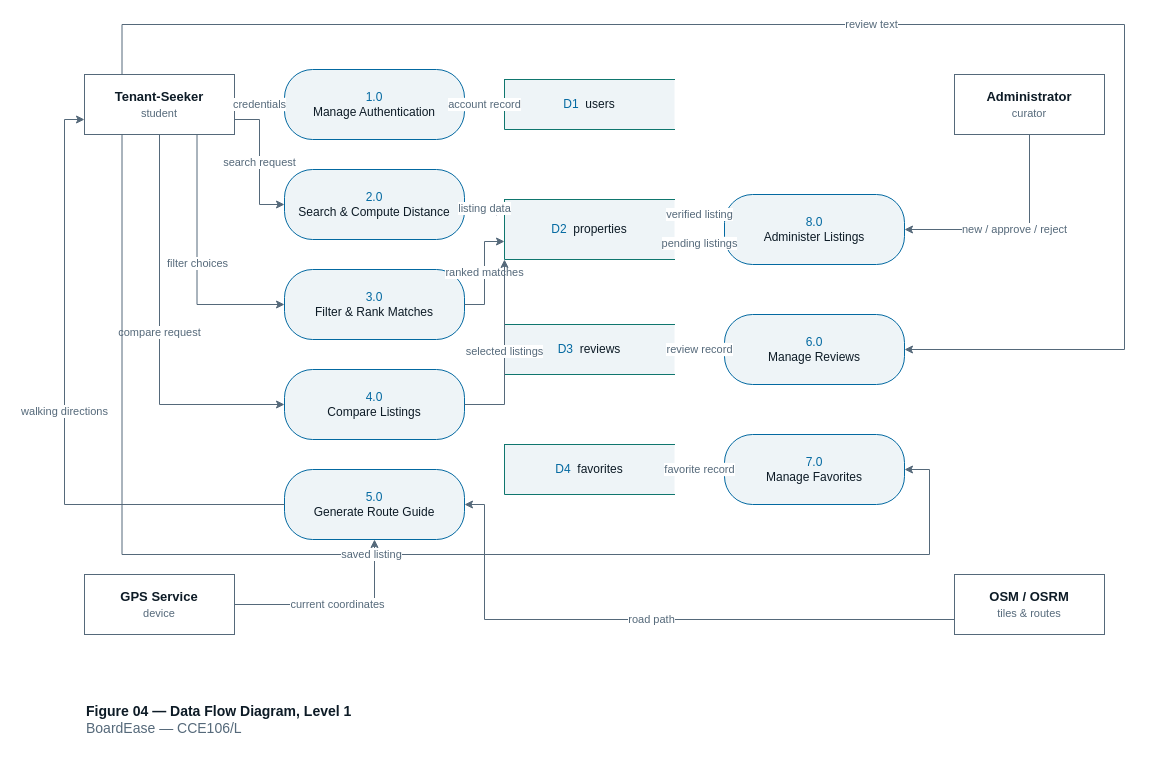
Before: docs/diagrams/04-data-flow-diagram-level1.drawio in jetroo1/BoardEase-Mobile, a draw.io diagram. Source tidied: cells renumbered, new cells numbered last; positions are measured from the earlier drawing's top-left corner, leaving out a move shared by most shapes. Both pictures are drawn from the tidied source at 100%, with x=0, y=0 at pixel (64, 24).
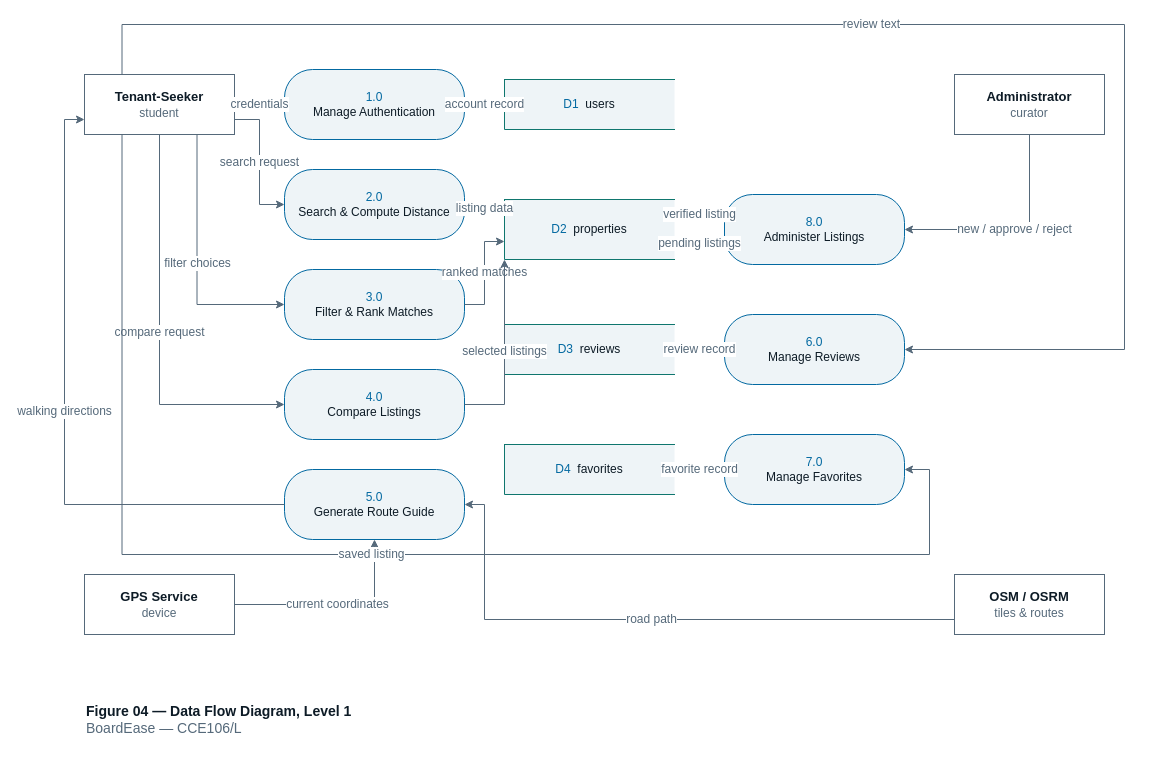
The same diagram, later.

The change refers to these unchanged cells:
```xml
<mxCell id="6" value="&lt;font color=&quot;#0369A1&quot;&gt;1.0&lt;/font&gt;&lt;br&gt;Manage Authentication" style="rounded=1;arcSize=40;whiteSpace=wrap;html=1;fillColor=#EEF4F7;strokeColor=#0369A1;fontSize=12;fontColor=#0D1B26;" parent="1" vertex="1">
  <mxGeometry x="220" y="45" width="180" height="70" as="geometry" />
</mxCell>
<mxCell id="7" value="&lt;font color=&quot;#0369A1&quot;&gt;2.0&lt;/font&gt;&lt;br&gt;Search &amp;amp; Compute Distance" style="rounded=1;arcSize=40;whiteSpace=wrap;html=1;fillColor=#EEF4F7;strokeColor=#0369A1;fontSize=12;fontColor=#0D1B26;" parent="1" vertex="1">
  <mxGeometry x="220" y="145" width="180" height="70" as="geometry" />
</mxCell>
<mxCell id="8" value="&lt;font color=&quot;#0369A1&quot;&gt;3.0&lt;/font&gt;&lt;br&gt;Filter &amp;amp; Rank Matches" style="rounded=1;arcSize=40;whiteSpace=wrap;html=1;fillColor=#EEF4F7;strokeColor=#0369A1;fontSize=12;fontColor=#0D1B26;" parent="1" vertex="1">
  <mxGeometry x="220" y="245" width="180" height="70" as="geometry" />
</mxCell>
<mxCell id="9" value="&lt;font color=&quot;#0369A1&quot;&gt;4.0&lt;/font&gt;&lt;br&gt;Compare Listings" style="rounded=1;arcSize=40;whiteSpace=wrap;html=1;fillColor=#EEF4F7;strokeColor=#0369A1;fontSize=12;fontColor=#0D1B26;" parent="1" vertex="1">
  <mxGeometry x="220" y="345" width="180" height="70" as="geometry" />
</mxCell>
<mxCell id="10" value="&lt;font color=&quot;#0369A1&quot;&gt;5.0&lt;/font&gt;&lt;br&gt;Generate Route Guide" style="rounded=1;arcSize=40;whiteSpace=wrap;html=1;fillColor=#EEF4F7;strokeColor=#0369A1;fontSize=12;fontColor=#0D1B26;" parent="1" vertex="1">
  <mxGeometry x="220" y="445" width="180" height="70" as="geometry" />
</mxCell>
<mxCell id="11" value="&lt;font color=&quot;#0369A1&quot;&gt;8.0&lt;/font&gt;&lt;br&gt;Administer Listings" style="rounded=1;arcSize=40;whiteSpace=wrap;html=1;fillColor=#EEF4F7;strokeColor=#0369A1;fontSize=12;fontColor=#0D1B26;" parent="1" vertex="1">
  <mxGeometry x="660" y="170" width="180" height="70" as="geometry" />
</mxCell>
<mxCell id="12" value="&lt;font color=&quot;#0369A1&quot;&gt;6.0&lt;/font&gt;&lt;br&gt;Manage Reviews" style="rounded=1;arcSize=40;whiteSpace=wrap;html=1;fillColor=#EEF4F7;strokeColor=#0369A1;fontSize=12;fontColor=#0D1B26;" parent="1" vertex="1">
  <mxGeometry x="660" y="290" width="180" height="70" as="geometry" />
</mxCell>
<mxCell id="13" value="&lt;font color=&quot;#0369A1&quot;&gt;7.0&lt;/font&gt;&lt;br&gt;Manage Favorites" style="rounded=1;arcSize=40;whiteSpace=wrap;html=1;fillColor=#EEF4F7;strokeColor=#0369A1;fontSize=12;fontColor=#0D1B26;" parent="1" vertex="1">
  <mxGeometry x="660" y="410" width="180" height="70" as="geometry" />
</mxCell>
<mxCell id="14" value="&lt;font color=&quot;#0369A1&quot;&gt;D1&lt;/font&gt;&amp;nbsp;&amp;nbsp;users" style="shape=partialRectangle;top=1;bottom=1;left=1;right=0;fillColor=#EEF4F7;strokeColor=#0F766E;whiteSpace=wrap;html=1;align=center;verticalAlign=middle;fontSize=12;fontColor=#0D1B26;" parent="1" vertex="1">
  <mxGeometry x="440" y="55" width="170" height="50" as="geometry" />
</mxCell>
<mxCell id="15" value="&lt;font color=&quot;#0369A1&quot;&gt;D2&lt;/font&gt;&amp;nbsp;&amp;nbsp;properties" style="shape=partialRectangle;top=1;bottom=1;left=1;right=0;fillColor=#EEF4F7;strokeColor=#0F766E;whiteSpace=wrap;html=1;align=center;verticalAlign=middle;fontSize=12;fontColor=#0D1B26;" parent="1" vertex="1">
  <mxGeometry x="440" y="175" width="170" height="60" as="geometry" />
</mxCell>
<mxCell id="16" value="&lt;font color=&quot;#0369A1&quot;&gt;D3&lt;/font&gt;&amp;nbsp;&amp;nbsp;reviews" style="shape=partialRectangle;top=1;bottom=1;left=1;right=0;fillColor=#EEF4F7;strokeColor=#0F766E;whiteSpace=wrap;html=1;align=center;verticalAlign=middle;fontSize=12;fontColor=#0D1B26;" parent="1" vertex="1">
  <mxGeometry x="440" y="300" width="170" height="50" as="geometry" />
</mxCell>
<mxCell id="17" value="&lt;font color=&quot;#0369A1&quot;&gt;D4&lt;/font&gt;&amp;nbsp;&amp;nbsp;favorites" style="shape=partialRectangle;top=1;bottom=1;left=1;right=0;fillColor=#EEF4F7;strokeColor=#0F766E;whiteSpace=wrap;html=1;align=center;verticalAlign=middle;fontSize=12;fontColor=#0D1B26;" parent="1" vertex="1">
  <mxGeometry x="440" y="420" width="170" height="50" as="geometry" />
</mxCell>
```

Change to the diagram source:
```diff
@@
-    <mxCell id="2" value="&lt;b&gt;Tenant-Seeker&lt;/b&gt;&lt;br&gt;&lt;font color=&quot;#55697A&quot; style=&quot;font-size:11px&quot;&gt;student&lt;/font&gt;" style="rounded=0;whiteSpace=wrap;html=1;fillColor=#FFFFFF;strokeColor=#55697A;fontSize=13;fontColor=#0D1B26;" parent="1" vertex="1">
+    <mxCell id="2" value="&lt;b&gt;Tenant-Seeker&lt;/b&gt;&lt;br&gt;&lt;font color=&quot;#55697A&quot; style=&quot;font-size:12px&quot;&gt;student&lt;/font&gt;" style="rounded=0;whiteSpace=wrap;html=1;fillColor=#FFFFFF;strokeColor=#55697A;fontSize=13;fontColor=#0D1B26;" parent="1" vertex="1">
       <mxGeometry x="20" y="50" width="150" height="60" as="geometry" />
     </mxCell>
-    <mxCell id="3" value="&lt;b&gt;Administrator&lt;/b&gt;&lt;br&gt;&lt;font color=&quot;#55697A&quot; style=&quot;font-size:11px&quot;&gt;curator&lt;/font&gt;" style="rounded=0;whiteSpace=wrap;html=1;fillColor=#FFFFFF;strokeColor=#55697A;fontSize=13;fontColor=#0D1B26;" parent="1" vertex="1">
+    <mxCell id="3" value="&lt;b&gt;Administrator&lt;/b&gt;&lt;br&gt;&lt;font color=&quot;#55697A&quot; style=&quot;font-size:12px&quot;&gt;curator&lt;/font&gt;" style="rounded=0;whiteSpace=wrap;html=1;fillColor=#FFFFFF;strokeColor=#55697A;fontSize=13;fontColor=#0D1B26;" parent="1" vertex="1">
       <mxGeometry x="890" y="50" width="150" height="60" as="geometry" />
     </mxCell>
-    <mxCell id="4" value="&lt;b&gt;GPS Service&lt;/b&gt;&lt;br&gt;&lt;font color=&quot;#55697A&quot; style=&quot;font-size:11px&quot;&gt;device&lt;/font&gt;" style="rounded=0;whiteSpace=wrap;html=1;fillColor=#FFFFFF;strokeColor=#55697A;fontSize=13;fontColor=#0D1B26;" parent="1" vertex="1">
+    <mxCell id="4" value="&lt;b&gt;GPS Service&lt;/b&gt;&lt;br&gt;&lt;font color=&quot;#55697A&quot; style=&quot;font-size:12px&quot;&gt;device&lt;/font&gt;" style="rounded=0;whiteSpace=wrap;html=1;fillColor=#FFFFFF;strokeColor=#55697A;fontSize=13;fontColor=#0D1B26;" parent="1" vertex="1">
       <mxGeometry x="20" y="550" width="150" height="60" as="geometry" />
     </mxCell>
-    <mxCell id="5" value="&lt;b&gt;OSM / OSRM&lt;/b&gt;&lt;br&gt;&lt;font color=&quot;#55697A&quot; style=&quot;font-size:11px&quot;&gt;tiles &amp;amp; routes&lt;/font&gt;" style="rounded=0;whiteSpace=wrap;html=1;fillColor=#FFFFFF;strokeColor=#55697A;fontSize=13;fontColor=#0D1B26;" parent="1" vertex="1">
+    <mxCell id="5" value="&lt;b&gt;OSM / OSRM&lt;/b&gt;&lt;br&gt;&lt;font color=&quot;#55697A&quot; style=&quot;font-size:12px&quot;&gt;tiles &amp;amp; routes&lt;/font&gt;" style="rounded=0;whiteSpace=wrap;html=1;fillColor=#FFFFFF;strokeColor=#55697A;fontSize=13;fontColor=#0D1B26;" parent="1" vertex="1">
       <mxGeometry x="890" y="550" width="150" height="60" as="geometry" />
     </mxCell>
@@
-    <mxCell id="18" value="credentials" style="edgeStyle=orthogonalEdgeStyle;rounded=0;html=1;strokeColor=#55697A;fontSize=11;fontColor=#55697A;exitX=1;exitY=0.5;entryX=0;entryY=0.5;labelBackgroundColor=#FFFFFF;" parent="1" edge="1" source="2" target="6">
+    <mxCell id="18" value="credentials" style="edgeStyle=orthogonalEdgeStyle;rounded=0;html=1;strokeColor=#55697A;fontSize=12;fontColor=#55697A;exitX=1;exitY=0.5;entryX=0;entryY=0.5;labelBackgroundColor=#FFFFFF;" parent="1" edge="1" source="2" target="6">
       <mxGeometry relative="1" as="geometry" />
     </mxCell>
-    <mxCell id="19" value="account record" style="edgeStyle=orthogonalEdgeStyle;rounded=0;html=1;strokeColor=#55697A;fontSize=11;fontColor=#55697A;exitX=1;exitY=0.5;entryX=0;entryY=0.5;labelBackgroundColor=#FFFFFF;" parent="1" edge="1" source="6" target="14">
+    <mxCell id="19" value="account record" style="edgeStyle=orthogonalEdgeStyle;rounded=0;html=1;strokeColor=#55697A;fontSize=12;fontColor=#55697A;exitX=1;exitY=0.5;entryX=0;entryY=0.5;labelBackgroundColor=#FFFFFF;" parent="1" edge="1" source="6" target="14">
       <mxGeometry relative="1" as="geometry" />
     </mxCell>
-    <mxCell id="20" value="search request" style="edgeStyle=orthogonalEdgeStyle;rounded=0;html=1;strokeColor=#55697A;fontSize=11;fontColor=#55697A;exitX=1;exitY=0.75;entryX=0;entryY=0.5;labelBackgroundColor=#FFFFFF;" parent="1" edge="1" source="2" target="7">
+    <mxCell id="20" value="search request" style="edgeStyle=orthogonalEdgeStyle;rounded=0;html=1;strokeColor=#55697A;fontSize=12;fontColor=#55697A;exitX=1;exitY=0.75;entryX=0;entryY=0.5;labelBackgroundColor=#FFFFFF;" parent="1" edge="1" source="2" target="7">
       <mxGeometry relative="1" as="geometry" />
     </mxCell>
-    <mxCell id="21" value="listing data" style="edgeStyle=orthogonalEdgeStyle;rounded=0;html=1;strokeColor=#55697A;fontSize=11;fontColor=#55697A;exitX=1;exitY=0.5;entryX=0;entryY=0.2;labelBackgroundColor=#FFFFFF;" parent="1" edge="1" source="7" target="15">
+    <mxCell id="21" value="listing data" style="edgeStyle=orthogonalEdgeStyle;rounded=0;html=1;strokeColor=#55697A;fontSize=12;fontColor=#55697A;exitX=1;exitY=0.5;entryX=0;entryY=0.2;labelBackgroundColor=#FFFFFF;" parent="1" edge="1" source="7" target="15">
       <mxGeometry relative="1" as="geometry" />
     </mxCell>
-    <mxCell id="22" value="ranked matches" style="edgeStyle=orthogonalEdgeStyle;rounded=0;html=1;strokeColor=#55697A;fontSize=11;fontColor=#55697A;exitX=1;exitY=0.5;entryX=0;entryY=0.7;labelBackgroundColor=#FFFFFF;" parent="1" edge="1" source="8" target="15">
+    <mxCell id="22" value="ranked matches" style="edgeStyle=orthogonalEdgeStyle;rounded=0;html=1;strokeColor=#55697A;fontSize=12;fontColor=#55697A;exitX=1;exitY=0.5;entryX=0;entryY=0.7;labelBackgroundColor=#FFFFFF;" parent="1" edge="1" source="8" target="15">
       <mxGeometry relative="1" as="geometry" />
     </mxCell>
-    <mxCell id="23" value="selected listings" style="edgeStyle=orthogonalEdgeStyle;rounded=0;html=1;strokeColor=#55697A;fontSize=11;fontColor=#55697A;exitX=1;exitY=0.5;entryX=0;entryY=1;labelBackgroundColor=#FFFFFF;" parent="1" edge="1" source="9" target="15">
+    <mxCell id="23" value="selected listings" style="edgeStyle=orthogonalEdgeStyle;rounded=0;html=1;strokeColor=#55697A;fontSize=12;fontColor=#55697A;exitX=1;exitY=0.5;entryX=0;entryY=1;labelBackgroundColor=#FFFFFF;" parent="1" edge="1" source="9" target="15">
       <mxGeometry relative="1" as="geometry" />
     </mxCell>
-    <mxCell id="24" value="filter choices" style="edgeStyle=orthogonalEdgeStyle;rounded=0;html=1;strokeColor=#55697A;fontSize=11;fontColor=#55697A;exitX=0.75;exitY=1;entryX=0;entryY=0.5;labelBackgroundColor=#FFFFFF;" parent="1" edge="1" source="2" target="8">
+    <mxCell id="24" value="filter choices" style="edgeStyle=orthogonalEdgeStyle;rounded=0;html=1;strokeColor=#55697A;fontSize=12;fontColor=#55697A;exitX=0.75;exitY=1;entryX=0;entryY=0.5;labelBackgroundColor=#FFFFFF;" parent="1" edge="1" source="2" target="8">
       <mxGeometry relative="1" as="geometry" />
     </mxCell>
-    <mxCell id="25" value="compare request" style="edgeStyle=orthogonalEdgeStyle;rounded=0;html=1;strokeColor=#55697A;fontSize=11;fontColor=#55697A;exitX=0.5;exitY=1;entryX=0;entryY=0.5;labelBackgroundColor=#FFFFFF;" parent="1" edge="1" source="2" target="9">
+    <mxCell id="25" value="compare request" style="edgeStyle=orthogonalEdgeStyle;rounded=0;html=1;strokeColor=#55697A;fontSize=12;fontColor=#55697A;exitX=0.5;exitY=1;entryX=0;entryY=0.5;labelBackgroundColor=#FFFFFF;" parent="1" edge="1" source="2" target="9">
       <mxGeometry relative="1" as="geometry" />
     </mxCell>
-    <mxCell id="26" value="current coordinates" style="edgeStyle=orthogonalEdgeStyle;rounded=0;html=1;strokeColor=#55697A;fontSize=11;fontColor=#55697A;exitX=1;exitY=0.5;entryX=0.5;entryY=1;labelBackgroundColor=#FFFFFF;" parent="1" edge="1" source="4" target="10">
+    <mxCell id="26" value="current coordinates" style="edgeStyle=orthogonalEdgeStyle;rounded=0;html=1;strokeColor=#55697A;fontSize=12;fontColor=#55697A;exitX=1;exitY=0.5;entryX=0.5;entryY=1;labelBackgroundColor=#FFFFFF;" parent="1" edge="1" source="4" target="10">
       <mxGeometry relative="1" as="geometry" />
     </mxCell>
-    <mxCell id="27" value="road path" style="edgeStyle=orthogonalEdgeStyle;rounded=0;html=1;strokeColor=#55697A;fontSize=11;fontColor=#55697A;exitX=0;exitY=0.75;entryX=1;entryY=0.5;labelBackgroundColor=#FFFFFF;" parent="1" edge="1" source="5" target="10">
+    <mxCell id="27" value="road path" style="edgeStyle=orthogonalEdgeStyle;rounded=0;html=1;strokeColor=#55697A;fontSize=12;fontColor=#55697A;exitX=0;exitY=0.75;entryX=1;entryY=0.5;labelBackgroundColor=#FFFFFF;" parent="1" edge="1" source="5" target="10">
       <mxGeometry relative="1" as="geometry">
         <Array as="points">
           <mxPoint x="420" y="595" />
         </Array>
       </mxGeometry>
     </mxCell>
-    <mxCell id="28" value="walking directions" style="edgeStyle=orthogonalEdgeStyle;rounded=0;html=1;strokeColor=#55697A;fontSize=11;fontColor=#55697A;exitX=0;exitY=0.5;entryX=0;entryY=0.75;labelBackgroundColor=#FFFFFF;" parent="1" edge="1" source="10" target="2">
+    <mxCell id="28" value="walking directions" style="edgeStyle=orthogonalEdgeStyle;rounded=0;html=1;strokeColor=#55697A;fontSize=12;fontColor=#55697A;exitX=0;exitY=0.5;entryX=0;entryY=0.75;labelBackgroundColor=#FFFFFF;" parent="1" edge="1" source="10" target="2">
       <mxGeometry relative="1" as="geometry">
         <Array as="points">
           <mxPoint y="480" />
           <mxPoint y="95" />
         </Array>
       </mxGeometry>
     </mxCell>
-    <mxCell id="29" value="review text" style="edgeStyle=orthogonalEdgeStyle;rounded=0;html=1;strokeColor=#55697A;fontSize=11;fontColor=#55697A;exitX=0.25;exitY=0;entryX=1;entryY=0.5;labelBackgroundColor=#FFFFFF;" parent="1" edge="1" source="2" target="12">
+    <mxCell id="29" value="review text" style="edgeStyle=orthogonalEdgeStyle;rounded=0;html=1;strokeColor=#55697A;fontSize=12;fontColor=#55697A;exitX=0.25;exitY=0;entryX=1;entryY=0.5;labelBackgroundColor=#FFFFFF;" parent="1" edge="1" source="2" target="12">
       <mxGeometry relative="1" as="geometry">
         <Array as="points">
           <mxPoint x="58" />
           <mxPoint x="1060" />
           <mxPoint x="1060" y="325" />
         </Array>
       </mxGeometry>
     </mxCell>
-    <mxCell id="30" value="review record" style="edgeStyle=orthogonalEdgeStyle;rounded=0;html=1;strokeColor=#55697A;fontSize=11;fontColor=#55697A;exitX=0;exitY=0.5;entryX=1;entryY=0.5;labelBackgroundColor=#FFFFFF;" parent="1" edge="1" source="12" target="16">
+    <mxCell id="30" value="review record" style="edgeStyle=orthogonalEdgeStyle;rounded=0;html=1;strokeColor=#55697A;fontSize=12;fontColor=#55697A;exitX=0;exitY=0.5;entryX=1;entryY=0.5;labelBackgroundColor=#FFFFFF;" parent="1" edge="1" source="12" target="16">
       <mxGeometry relative="1" as="geometry" />
     </mxCell>
-    <mxCell id="31" value="saved listing" style="edgeStyle=orthogonalEdgeStyle;rounded=0;html=1;strokeColor=#55697A;fontSize=11;fontColor=#55697A;exitX=0.25;exitY=1;entryX=1;entryY=0.5;labelBackgroundColor=#FFFFFF;" parent="1" edge="1" source="2" target="13">
+    <mxCell id="31" value="saved listing" style="edgeStyle=orthogonalEdgeStyle;rounded=0;html=1;strokeColor=#55697A;fontSize=12;fontColor=#55697A;exitX=0.25;exitY=1;entryX=1;entryY=0.5;labelBackgroundColor=#FFFFFF;" parent="1" edge="1" source="2" target="13">
       <mxGeometry relative="1" as="geometry">
         <Array as="points">
           <mxPoint x="58" y="530" />
           <mxPoint x="865" y="530" />
           <mxPoint x="865" y="445" />
         </Array>
       </mxGeometry>
     </mxCell>
-    <mxCell id="32" value="favorite record" style="edgeStyle=orthogonalEdgeStyle;rounded=0;html=1;strokeColor=#55697A;fontSize=11;fontColor=#55697A;exitX=0;exitY=0.5;entryX=1;entryY=0.5;labelBackgroundColor=#FFFFFF;" parent="1" edge="1" source="13" target="17">
+    <mxCell id="32" value="favorite record" style="edgeStyle=orthogonalEdgeStyle;rounded=0;html=1;strokeColor=#55697A;fontSize=12;fontColor=#55697A;exitX=0;exitY=0.5;entryX=1;entryY=0.5;labelBackgroundColor=#FFFFFF;" parent="1" edge="1" source="13" target="17">
       <mxGeometry relative="1" as="geometry" />
     </mxCell>
-    <mxCell id="33" value="new / approve / reject" style="edgeStyle=orthogonalEdgeStyle;rounded=0;html=1;strokeColor=#55697A;fontSize=11;fontColor=#55697A;exitX=0.5;exitY=1;entryX=1;entryY=0.5;labelBackgroundColor=#FFFFFF;" parent="1" edge="1" source="3" target="11">
+    <mxCell id="33" value="new / approve / reject" style="edgeStyle=orthogonalEdgeStyle;rounded=0;html=1;strokeColor=#55697A;fontSize=12;fontColor=#55697A;exitX=0.5;exitY=1;entryX=1;entryY=0.5;labelBackgroundColor=#FFFFFF;" parent="1" edge="1" source="3" target="11">
       <mxGeometry relative="1" as="geometry">
         <Array as="points">
           <mxPoint x="965" y="205" />
         </Array>
       </mxGeometry>
     </mxCell>
-    <mxCell id="34" value="verified listing" style="edgeStyle=orthogonalEdgeStyle;rounded=0;html=1;strokeColor=#55697A;fontSize=11;fontColor=#55697A;exitX=0;exitY=0.3;entryX=1;entryY=0.25;labelBackgroundColor=#FFFFFF;" parent="1" edge="1" source="11" target="15">
+    <mxCell id="34" value="verified listing" style="edgeStyle=orthogonalEdgeStyle;rounded=0;html=1;strokeColor=#55697A;fontSize=12;fontColor=#55697A;exitX=0;exitY=0.3;entryX=1;entryY=0.25;labelBackgroundColor=#FFFFFF;" parent="1" edge="1" source="11" target="15">
       <mxGeometry relative="1" as="geometry" />
     </mxCell>
-    <mxCell id="35" value="pending listings" style="edgeStyle=orthogonalEdgeStyle;rounded=0;html=1;strokeColor=#55697A;fontSize=11;fontColor=#55697A;exitX=1;exitY=0.75;entryX=0;entryY=0.7;labelBackgroundColor=#FFFFFF;" parent="1" edge="1" source="15" target="11">
+    <mxCell id="35" value="pending listings" style="edgeStyle=orthogonalEdgeStyle;rounded=0;html=1;strokeColor=#55697A;fontSize=12;fontColor=#55697A;exitX=1;exitY=0.75;entryX=0;entryY=0.7;labelBackgroundColor=#FFFFFF;" parent="1" edge="1" source="15" target="11">
       <mxGeometry relative="1" as="geometry" />
     </mxCell>
```
